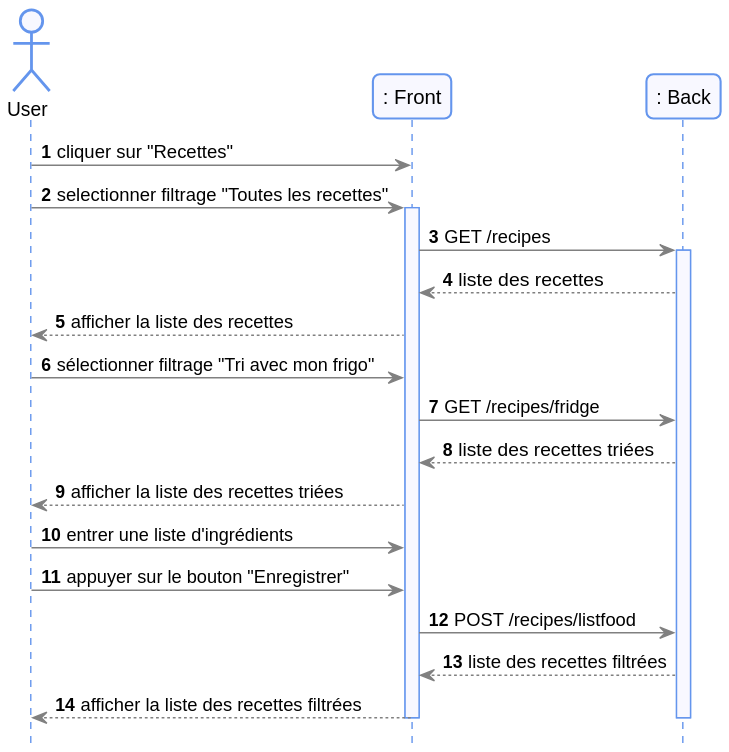
The PlantUML diagram docs/diagram/out/recipesSystem.svg in romainvacheret/wadge-backend, before a commit.
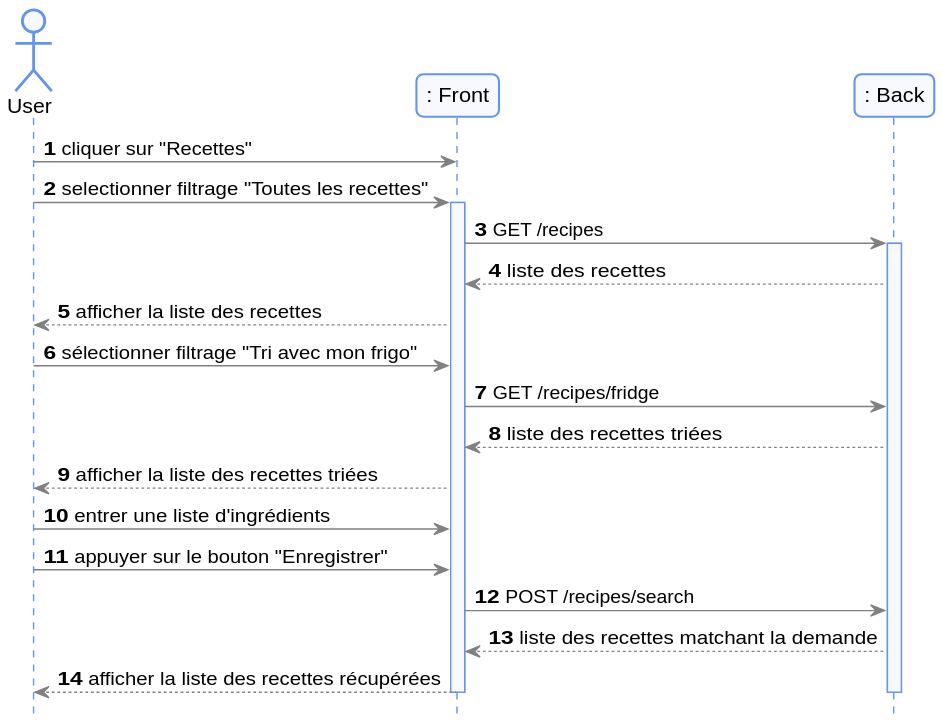
Above is the later version.

What changed in the source:
```diff
@@ -21,9 +21,9 @@
 
     User -> frontend: entrer une liste d'ingrédients
     User -> frontend: appuyer sur le bouton "Enregistrer"
-    frontend -> backend: POST /recipes/listfood
-    backend --> frontend: liste des recettes filtrées
-    frontend --> User: afficher la liste des recettes filtrées
+    frontend -> backend: POST /recipes/search
+    backend --> frontend: liste des recettes matchant la demande
+    frontend --> User: afficher la liste des recettes récupérées
     deactivate backend
 
     deactivate frontend
```
